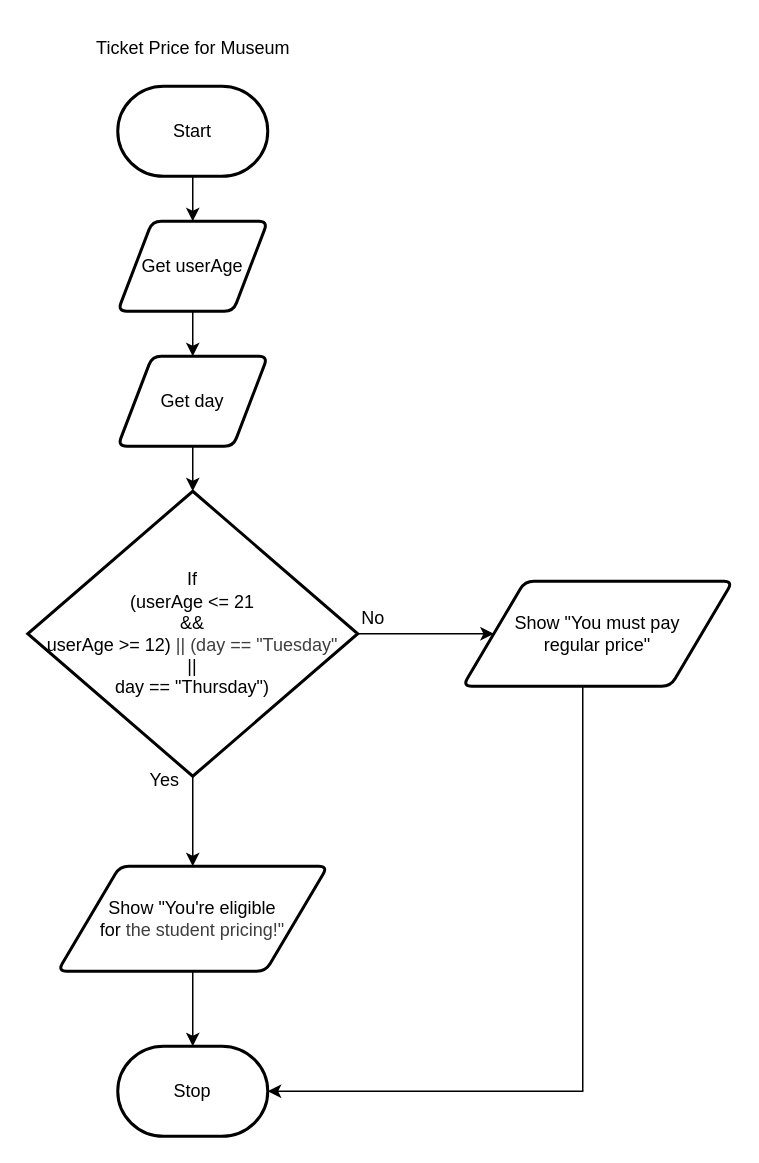
The draw.io diagram design/flowchart.drawio in MTHS-ICD2O-1-2024/ICD2O-Unit-5-04-Ain-Jeong, before the edit. Source tidied: cells renumbered, new cells numbered last; positions are measured from the earlier drawing's top-left corner, leaving out a move shared by most shapes. Both pictures are drawn from the tidied source at 150%, with x=0, y=0 at pixel (27, 26).
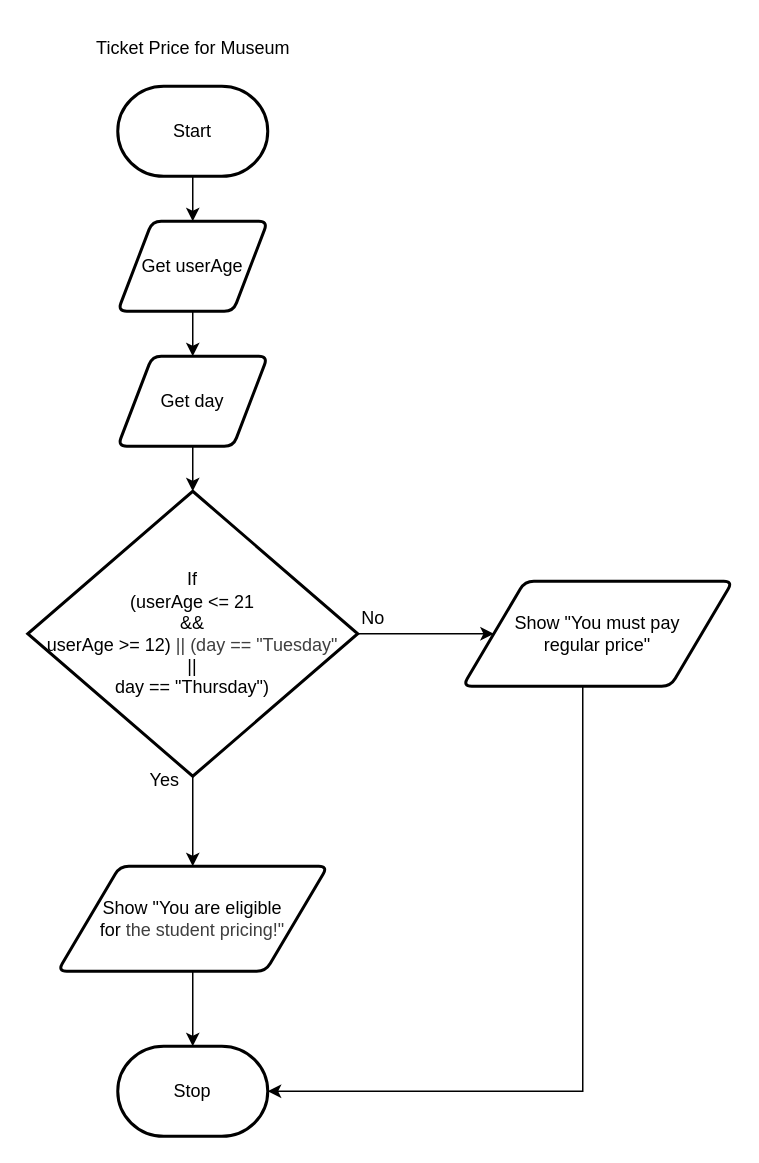
Above is the later version.

Change to the diagram source:
```diff
@@
-    <mxCell id="10" value="Show &quot;You're eligible&lt;div&gt;for&amp;nbsp;&lt;span style=&quot;color: rgb(63, 63, 63); background-color: transparent;&quot;&gt;the student pricing!&quot;&lt;/span&gt;&lt;/div&gt;" style="shape=parallelogram;html=1;strokeWidth=2;perimeter=parallelogramPerimeter;whiteSpace=wrap;rounded=1;arcSize=12;size=0.23;" parent="1" vertex="1">
+    <mxCell id="10" value="Show &quot;You are eligible&lt;div&gt;for&amp;nbsp;&lt;span style=&quot;color: rgb(63, 63, 63); background-color: transparent;&quot;&gt;the student pricing!&quot;&lt;/span&gt;&lt;/div&gt;" style="shape=parallelogram;html=1;strokeWidth=2;perimeter=parallelogramPerimeter;whiteSpace=wrap;rounded=1;arcSize=12;size=0.23;" parent="1" vertex="1">
       <mxGeometry x="20" y="560" width="180" height="70" as="geometry" />
     </mxCell>
```
